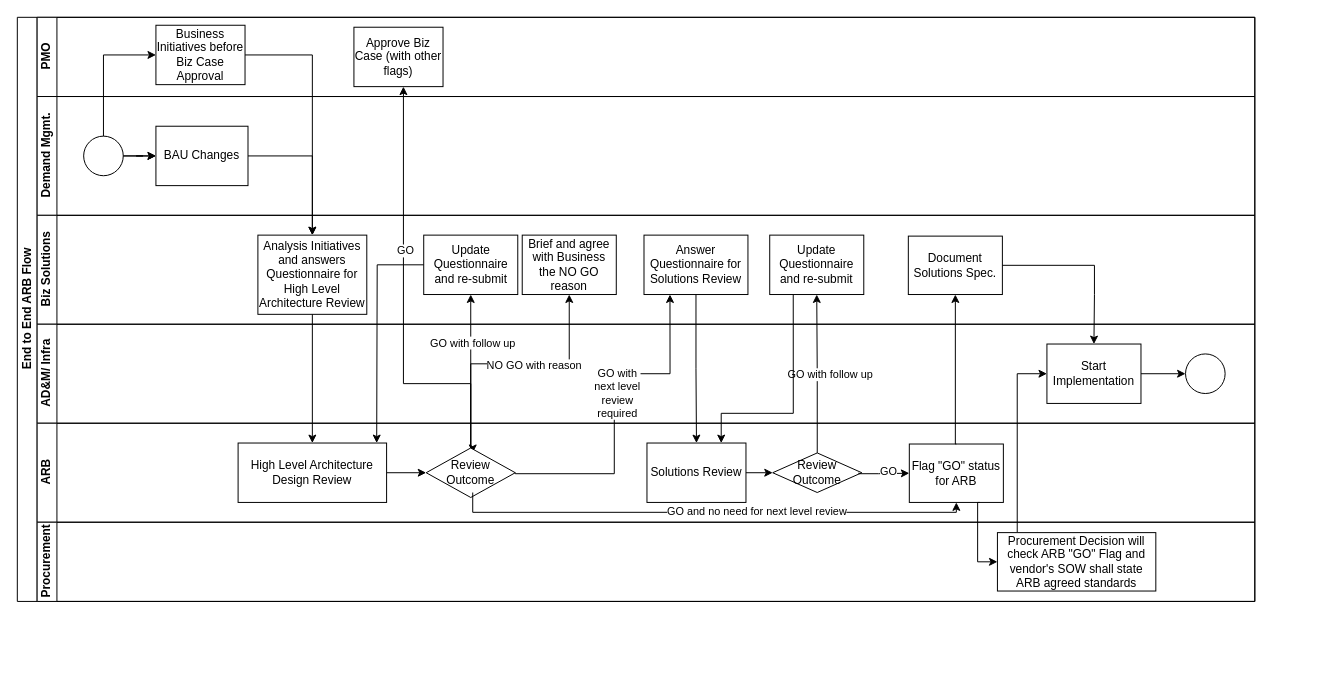
The draw.io diagram ARB Flow.drawio in kelvinkinwong/test, before the edit. Source tidied: cells renumbered, new cells numbered last; positions are measured from the earlier drawing's top-left corner, leaving out a move shared by most shapes. Both pictures are drawn from the tidied source at 99%, with x=0, y=0 at pixel (17, 17).
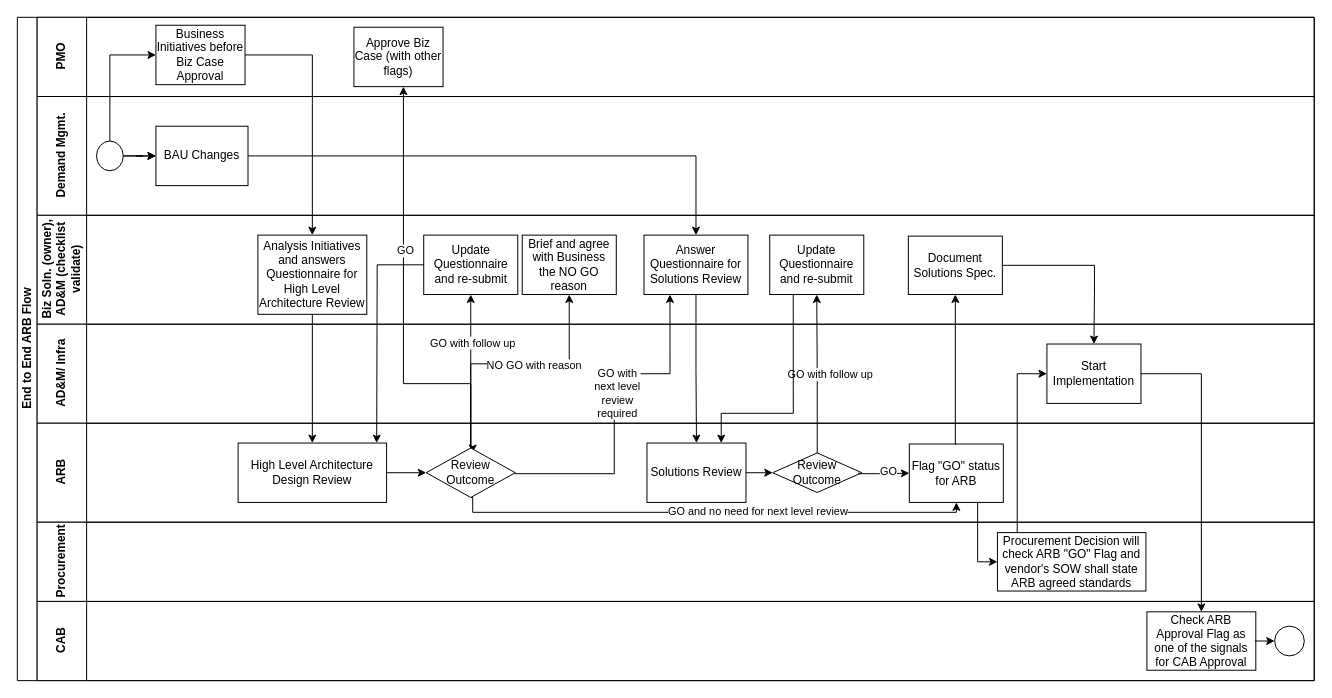
After the change.

Unchanged cells that the change refers to:
```xml
<mxCell id="8" value="BAU Changes" style="rounded=0;whiteSpace=wrap;html=1;fontFamily=Helvetica;fontSize=12;fontColor=#000000;align=center;" parent="7" vertex="1">
  <mxGeometry x="120" y="30" width="93" height="60" as="geometry" />
</mxCell>
<mxCell id="13" value="Analysis Initiatives and answers Questionnaire for High Level Architecture Review" style="rounded=0;whiteSpace=wrap;html=1;fontFamily=Helvetica;fontSize=12;fontColor=#000000;align=center;" parent="12" vertex="1">
  <mxGeometry x="223" y="20" width="110" height="80" as="geometry" />
</mxCell>
<mxCell id="18" value="Answer Questionnaire for Solutions Review" style="rounded=0;whiteSpace=wrap;html=1;fontFamily=Helvetica;fontSize=12;fontColor=#000000;align=center;" parent="17" vertex="1">
  <mxGeometry x="613" y="-90" width="105" height="60" as="geometry" />
</mxCell>
<mxCell id="20" value="Start Implementation" style="rounded=0;whiteSpace=wrap;html=1;fontFamily=Helvetica;fontSize=12;fontColor=#000000;align=center;" parent="17" vertex="1">
  <mxGeometry x="1020" y="20" width="95" height="60" as="geometry" />
</mxCell>
<mxCell id="27" value="Review&lt;br&gt;Outcome" style="rhombus;whiteSpace=wrap;html=1;fontFamily=Helvetica;fontSize=12;fontColor=#000000;align=center;" parent="23" vertex="1">
  <mxGeometry x="393" y="25" width="90" height="50" as="geometry" />
</mxCell>
<mxCell id="31" value="Flag &quot;GO&quot; status for ARB" style="rounded=0;whiteSpace=wrap;html=1;fontFamily=Helvetica;fontSize=12;fontColor=#000000;align=center;" parent="23" vertex="1">
  <mxGeometry x="881" y="21" width="95" height="59" as="geometry" />
</mxCell>
```

The edit, as a diff of the source:
```diff
@@
     <mxCell id="2" value="End to End ARB Flow" style="swimlane;html=1;horizontal=0;startSize=20;" parent="1" vertex="1">
-      <mxGeometry width="1250" height="590" as="geometry" />
+      <mxGeometry width="1310" height="670" as="geometry" />
     </mxCell>
@@
-    <mxCell id="4" value="PMO" style="swimlane;html=1;startSize=20;horizontal=0;" parent="2" vertex="1">
-      <mxGeometry x="20" width="1230" height="80" as="geometry" />
+    <mxCell id="4" value="PMO" style="swimlane;html=1;startSize=50;horizontal=0;" parent="2" vertex="1">
+      <mxGeometry x="20" width="1290" height="80" as="geometry" />
     </mxCell>
@@
-    <mxCell id="7" value="Demand Mgmt." style="swimlane;html=1;startSize=20;horizontal=0;" parent="2" vertex="1">
-      <mxGeometry x="20" y="80" width="1230" height="120" as="geometry" />
+    <mxCell id="7" value="Demand Mgmt." style="swimlane;html=1;startSize=50;horizontal=0;" parent="2" vertex="1">
+      <mxGeometry x="20" y="80" width="1290" height="120" as="geometry" />
     </mxCell>
@@
     <mxCell id="10" style="ellipse;whiteSpace=wrap;html=1;" parent="7" vertex="1">
-      <mxGeometry x="47" y="40" width="40" height="40" as="geometry" />
+      <mxGeometry x="60" y="45" width="27" height="30" as="geometry" />
     </mxCell>
@@
-    <mxCell id="12" value="Biz Solutions" style="swimlane;html=1;startSize=20;horizontal=0;" parent="2" vertex="1">
-      <mxGeometry x="20" y="200" width="1230" height="110" as="geometry" />
+    <mxCell id="12" value="Biz Soln. (owner), &lt;br&gt;AD&amp;amp;M (checklist &lt;br&gt;validate)" style="swimlane;html=1;startSize=50;horizontal=0;" parent="2" vertex="1">
+      <mxGeometry x="20" y="200" width="1290" height="110" as="geometry" />
     </mxCell>
@@
-    <mxCell id="17" value="AD&amp;amp;M/ Infra" style="swimlane;html=1;startSize=20;horizontal=0;" parent="2" vertex="1">
-      <mxGeometry x="20" y="310" width="1230" height="100" as="geometry" />
+    <mxCell id="17" value="AD&amp;amp;M/ Infra" style="swimlane;html=1;startSize=50;horizontal=0;" parent="2" vertex="1">
+      <mxGeometry x="20" y="310" width="1290" height="100" as="geometry" />
     </mxCell>
@@
-    <mxCell id="21" style="ellipse;whiteSpace=wrap;html=1;" parent="17" vertex="1">
-      <mxGeometry x="1160" y="30" width="40" height="40" as="geometry" />
-    </mxCell>
-    <mxCell id="22" style="edgeStyle=orthogonalEdgeStyle;rounded=0;jettySize=auto;html=1;entryX=0;entryY=0.5;entryDx=0;entryDy=0;exitX=1;exitY=0.5;exitDx=0;exitDy=0;" parent="17" edge="1" source="20" target="21">
-      <mxGeometry relative="1" as="geometry" />
-    </mxCell>
-    <mxCell id="23" value="ARB" style="swimlane;html=1;startSize=20;horizontal=0;" parent="2" vertex="1">
-      <mxGeometry x="20" y="410" width="1230" height="100" as="geometry" />
+    <mxCell id="23" value="ARB" style="swimlane;html=1;startSize=50;horizontal=0;" parent="2" vertex="1">
+      <mxGeometry x="20" y="410" width="1290" height="100" as="geometry" />
     </mxCell>
@@
+    <mxCell id="56" style="edgeStyle=orthogonalEdgeStyle;rounded=0;jettySize=auto;html=1;endArrow=classic;endFill=1;entryX=0.5;entryY=1;entryDx=0;entryDy=0;exitX=0.5;exitY=1;exitDx=0;exitDy=0;" parent="23" edge="1" source="27" target="31">
+      <mxGeometry relative="1" as="geometry">
+        <Array as="points">
+          <mxPoint x="440" y="75" />
+          <mxPoint x="440" y="90" />
+          <mxPoint x="929" y="90" />
+        </Array>
+      </mxGeometry>
+    </mxCell>
+    <mxCell id="57" value="GO and no need for next level review" style="edgeLabel;html=1;align=center;verticalAlign=middle;" parent="56" vertex="1">
+      <mxGeometry x="0.18" y="2" relative="1" as="geometry" />
+    </mxCell>
@@
-    <mxCell id="35" style="edgeStyle=orthogonalEdgeStyle;rounded=0;jettySize=auto;html=1;endArrow=classic;endFill=1;exitX=1;exitY=0.5;exitDx=0;exitDy=0;entryX=0.5;entryY=0;entryDx=0;entryDy=0;" parent="2" edge="1" source="8" target="13">
+    <mxCell id="35" style="edgeStyle=orthogonalEdgeStyle;rounded=0;jettySize=auto;html=1;endArrow=classic;endFill=1;exitX=1;exitY=0.5;exitDx=0;exitDy=0;entryX=0.5;entryY=0;entryDx=0;entryDy=0;" parent="2" edge="1" source="8" target="18">
       <mxGeometry relative="1" as="geometry" />
     </mxCell>
@@
-    <mxCell id="45" value="Procurement" style="swimlane;html=1;startSize=20;horizontal=0;" parent="2" vertex="1">
-      <mxGeometry x="20" y="510" width="1230" height="80" as="geometry" />
+    <mxCell id="45" value="Procurement" style="swimlane;html=1;startSize=50;horizontal=0;" parent="2" vertex="1">
+      <mxGeometry x="20" y="510" width="1290" height="80" as="geometry" />
     </mxCell>
     <mxCell id="46" value="Procurement Decision will check ARB &quot;GO&quot; Flag and vendor's SOW shall state ARB agreed standards" style="rounded=0;whiteSpace=wrap;html=1;fontFamily=Helvetica;fontSize=12;fontColor=#000000;align=center;" parent="45" vertex="1">
-      <mxGeometry x="970" y="10.5" width="160" height="59" as="geometry" />
+      <mxGeometry x="970" y="10.5" width="150" height="59" as="geometry" />
     </mxCell>
+    <mxCell id="58" value="CAB" style="swimlane;html=1;startSize=50;horizontal=0;" parent="2" vertex="1">
+      <mxGeometry x="20" y="590" width="1290" height="80" as="geometry" />
+    </mxCell>
+    <mxCell id="59" value="Check ARB Approval Flag as one of the signals for CAB Approval" style="rounded=0;whiteSpace=wrap;html=1;fontFamily=Helvetica;fontSize=12;fontColor=#000000;align=center;" parent="58" vertex="1">
+      <mxGeometry x="1121" y="10.5" width="110" height="59" as="geometry" />
+    </mxCell>
+    <mxCell id="21" style="ellipse;whiteSpace=wrap;html=1;" parent="58" vertex="1">
+      <mxGeometry x="1250" y="25" width="30" height="30" as="geometry" />
+    </mxCell>
@@
-    <mxCell id="56" style="edgeStyle=orthogonalEdgeStyle;rounded=0;jettySize=auto;html=1;endArrow=classic;endFill=1;entryX=0.5;entryY=1;entryDx=0;entryDy=0;" parent="1" edge="1" target="31">
-      <mxGeometry relative="1" as="geometry">
-        <mxPoint x="460" y="480" as="sourcePoint" />
-        <Array as="points">
-          <mxPoint x="460" y="500" />
-          <mxPoint x="949" y="500" />
-        </Array>
-      </mxGeometry>
-    </mxCell>
-    <mxCell id="57" value="GO and no need for next level review" style="edgeLabel;html=1;align=center;verticalAlign=middle;" parent="56" vertex="1">
-      <mxGeometry x="0.18" y="2" relative="1" as="geometry" />
-    </mxCell>
+    <mxCell id="22" style="edgeStyle=orthogonalEdgeStyle;rounded=0;jettySize=auto;html=1;entryX=0.5;entryY=0;entryDx=0;entryDy=0;exitX=1;exitY=0.5;exitDx=0;exitDy=0;" parent="2" edge="1" source="20" target="59">
+      <mxGeometry relative="1" as="geometry" />
+    </mxCell>
+    <mxCell id="60" style="edgeStyle=orthogonalEdgeStyle;rounded=0;jettySize=auto;html=1;endArrow=classic;endFill=1;entryX=0;entryY=0.5;entryDx=0;entryDy=0;" parent="1" edge="1" target="21">
+      <mxGeometry relative="1" as="geometry">
+        <mxPoint x="1250" y="630" as="sourcePoint" />
+      </mxGeometry>
+    </mxCell>
```
